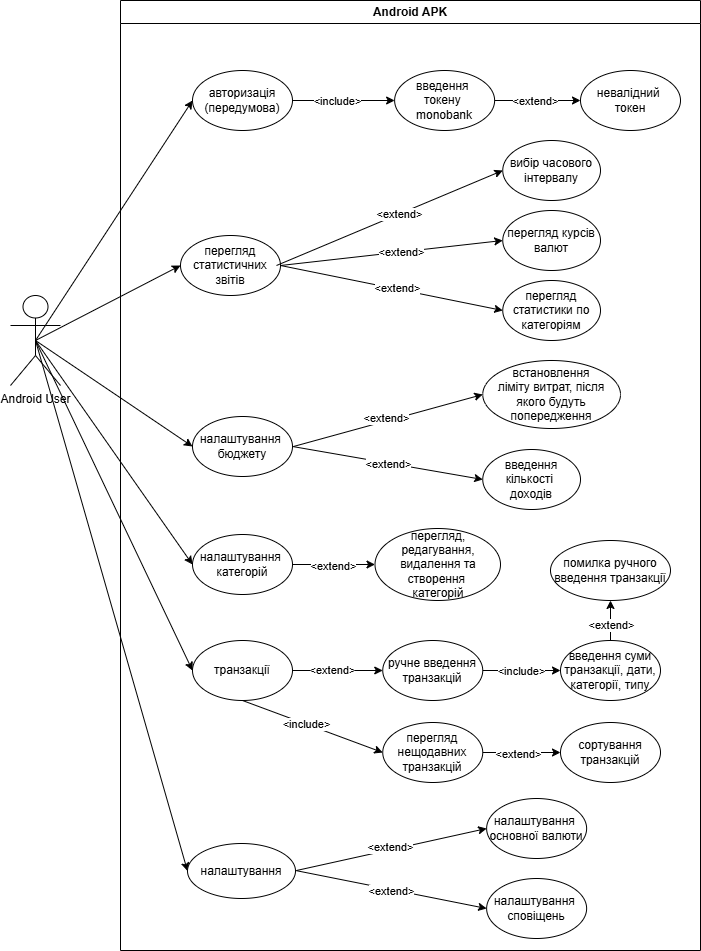
Before: diagrams/UML/use_cases_UML.drawio.png, a diagram exported from draw.io (deyme17/ExpensesTracker). Source tidied: cells renumbered, new cells last; positions are measured from the earlier drawing's top-left corner, leaving out a move shared by most shapes.
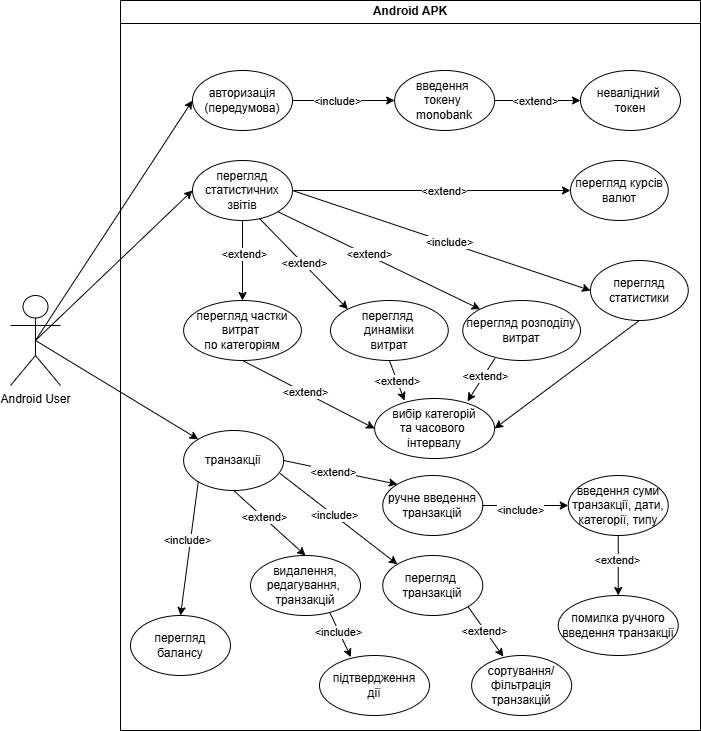
Later version of the same file.

What changed in the source:
```diff
@@ -5,3 +5,3 @@
     <mxCell id="2" value="Android APK" style="swimlane;whiteSpace=wrap;html=1;" parent="1" vertex="1">
-      <mxGeometry x="110" width="580" height="950" as="geometry" />
+      <mxGeometry x="110" width="580" height="730" as="geometry" />
     </mxCell>
@@ -11,26 +11,6 @@
     <mxCell id="4" value="перегляд статистичних звітів" style="ellipse;whiteSpace=wrap;html=1;" parent="2" vertex="1">
-      <mxGeometry x="60" y="235" width="100" height="60" as="geometry" />
+      <mxGeometry x="72" y="160" width="100" height="60" as="geometry" />
     </mxCell>
-    <mxCell id="5" value="налаштування&amp;nbsp;&lt;div&gt;бюджету&lt;/div&gt;" style="ellipse;whiteSpace=wrap;html=1;" parent="2" vertex="1">
-      <mxGeometry x="72" y="416" width="100" height="60" as="geometry" />
-    </mxCell>
-    <mxCell id="6" style="edgeStyle=orthogonalEdgeStyle;rounded=0;jettySize=auto;html=1;entryX=0;entryY=0.5;entryDx=0;entryDy=0;" parent="2" edge="1" source="8" target="19">
-      <mxGeometry relative="1" as="geometry" />
-    </mxCell>
-    <mxCell id="7" value="&amp;lt;extend&amp;gt;" style="edgeLabel;html=1;align=center;verticalAlign=middle;" parent="6" vertex="1">
-      <mxGeometry x="-0.03" y="-1" relative="1" as="geometry" />
-    </mxCell>
-    <mxCell id="8" value="налаштування&amp;nbsp;&lt;div&gt;категорій&lt;/div&gt;" style="ellipse;whiteSpace=wrap;html=1;" parent="2" vertex="1">
-      <mxGeometry x="72" y="534" width="100" height="60" as="geometry" />
-    </mxCell>
-    <mxCell id="9" style="edgeStyle=orthogonalEdgeStyle;rounded=0;jettySize=auto;html=1;entryX=0;entryY=0.5;entryDx=0;entryDy=0;" parent="2" edge="1" source="11" target="18">
-      <mxGeometry relative="1" as="geometry" />
-    </mxCell>
-    <mxCell id="10" value="&amp;lt;include&amp;gt;" style="edgeLabel;html=1;align=center;verticalAlign=middle;" parent="9" vertex="1">
-      <mxGeometry x="-0.11" relative="1" as="geometry">
-        <mxPoint x="3" as="offset" />
-      </mxGeometry>
-    </mxCell>
     <mxCell id="11" value="ручне введення&lt;div&gt;транзакцій&lt;/div&gt;" style="ellipse;whiteSpace=wrap;html=1;" parent="2" vertex="1">
-      <mxGeometry x="262.2" y="640" width="100" height="60" as="geometry" />
+      <mxGeometry x="262.2" y="475" width="100" height="60" as="geometry" />
     </mxCell>
@@ -45,43 +25,7 @@
     </mxCell>
-    <mxCell id="15" value="вибір часового інтервалу" style="ellipse;whiteSpace=wrap;html=1;" parent="2" vertex="1">
-      <mxGeometry x="382.2" y="140" width="97.8" height="60" as="geometry" />
-    </mxCell>
-    <mxCell id="16" style="edgeStyle=orthogonalEdgeStyle;rounded=0;jettySize=auto;html=1;entryX=0.5;entryY=1;entryDx=0;entryDy=0;" parent="2" edge="1" source="18" target="31">
-      <mxGeometry relative="1" as="geometry" />
-    </mxCell>
-    <mxCell id="17" value="&amp;lt;extend&amp;gt;" style="edgeLabel;html=1;align=center;verticalAlign=middle;" parent="16" vertex="1">
-      <mxGeometry x="-0.36" relative="1" as="geometry">
-        <mxPoint y="-3" as="offset" />
-      </mxGeometry>
-    </mxCell>
     <mxCell id="18" value="введення суми транзакції, дати, категорії, типу" style="ellipse;whiteSpace=wrap;html=1;" parent="2" vertex="1">
-      <mxGeometry x="440" y="640" width="100" height="60" as="geometry" />
+      <mxGeometry x="447.8" y="475" width="100" height="60" as="geometry" />
     </mxCell>
-    <mxCell id="19" value="перегляд, редагування, видалення та створення&amp;nbsp;&lt;div&gt;категорій&lt;/div&gt;" style="ellipse;whiteSpace=wrap;html=1;" parent="2" vertex="1">
-      <mxGeometry x="254.5" y="528" width="125.5" height="72" as="geometry" />
-    </mxCell>
-    <mxCell id="20" value="введення кількості&amp;nbsp;&lt;div&gt;доходів&lt;/div&gt;" style="ellipse;whiteSpace=wrap;html=1;" parent="2" vertex="1">
-      <mxGeometry x="362.2" y="449" width="97.8" height="60" as="geometry" />
-    </mxCell>
-    <mxCell id="21" value="встановлення&lt;br&gt;&lt;div&gt;ліміту витрат, після якого будуть попередження&lt;/div&gt;" style="ellipse;whiteSpace=wrap;html=1;" parent="2" vertex="1">
-      <mxGeometry x="362.2" y="360" width="137.8" height="68" as="geometry" />
-    </mxCell>
-    <mxCell id="22" style="endArrow=classic;html=1;rounded=0;exitX=1;exitY=0.5;exitDx=0;exitDy=0;entryX=0;entryY=0.5;entryDx=0;entryDy=0;" parent="2" edge="1" target="21">
-      <mxGeometry relative="1" as="geometry">
-        <mxPoint x="173" y="446" as="sourcePoint" />
-      </mxGeometry>
-    </mxCell>
-    <mxCell id="23" value="&amp;lt;extend&amp;gt;" style="edgeLabel;html=1;align=center;verticalAlign=middle;" parent="22" vertex="1">
-      <mxGeometry x="-0.11" y="1" relative="1" as="geometry">
-        <mxPoint x="9" y="-4" as="offset" />
-      </mxGeometry>
-    </mxCell>
-    <mxCell id="24" style="endArrow=classic;html=1;rounded=0;exitX=1;exitY=0.5;exitDx=0;exitDy=0;entryX=0;entryY=0.5;entryDx=0;entryDy=0;" parent="2" edge="1" source="5" target="20">
-      <mxGeometry relative="1" as="geometry" />
-    </mxCell>
-    <mxCell id="25" value="&amp;lt;extend&amp;gt;" style="edgeLabel;html=1;align=center;verticalAlign=middle;" parent="24" vertex="1">
-      <mxGeometry y="-1" relative="1" as="geometry" />
-    </mxCell>
-    <mxCell id="26" value="перегляд статистики по категоріям" style="ellipse;whiteSpace=wrap;html=1;" parent="2" vertex="1">
-      <mxGeometry x="382.2" y="280" width="97.8" height="60" as="geometry" />
+    <mxCell id="26" value="перегляд статистики" style="ellipse;whiteSpace=wrap;html=1;" parent="2" vertex="1">
+      <mxGeometry x="470" y="260" width="97.8" height="60" as="geometry" />
     </mxCell>
@@ -90,15 +34,7 @@
     </mxCell>
-    <mxCell id="28" value="&amp;lt;extend&amp;gt;" style="edgeLabel;html=1;align=center;verticalAlign=middle;" parent="27" vertex="1">
+    <mxCell id="28" value="&amp;lt;include&amp;gt;" style="edgeLabel;html=1;align=center;verticalAlign=middle;" parent="27" vertex="1">
       <mxGeometry x="0.05" y="1" relative="1" as="geometry" />
     </mxCell>
-    <mxCell id="29" style="endArrow=classic;html=1;rounded=0;entryX=0;entryY=0.5;entryDx=0;entryDy=0;" parent="2" edge="1" target="15">
-      <mxGeometry relative="1" as="geometry">
-        <mxPoint x="156" y="265" as="sourcePoint" />
-      </mxGeometry>
-    </mxCell>
-    <mxCell id="30" value="&amp;lt;extend&amp;gt;" style="edgeLabel;html=1;align=center;verticalAlign=middle;" parent="29" vertex="1">
-      <mxGeometry x="0.09" relative="1" as="geometry" />
-    </mxCell>
     <mxCell id="31" value="помилка ручного введення транзакції" style="ellipse;whiteSpace=wrap;html=1;" parent="2" vertex="1">
-      <mxGeometry x="430" y="540" width="120" height="60" as="geometry" />
+      <mxGeometry x="437.8" y="595" width="120" height="60" as="geometry" />
     </mxCell>
@@ -116,3 +52,3 @@
     <mxCell id="35" value="перегляд курсів валют" style="ellipse;whiteSpace=wrap;html=1;" parent="2" vertex="1">
-      <mxGeometry x="382.2" y="210" width="97.8" height="60" as="geometry" />
+      <mxGeometry x="450" y="160" width="97.8" height="60" as="geometry" />
     </mxCell>
@@ -124,21 +60,9 @@
     </mxCell>
-    <mxCell id="38" style="edgeStyle=orthogonalEdgeStyle;rounded=0;jettySize=auto;html=1;entryX=0;entryY=0.5;entryDx=0;entryDy=0;" parent="2" edge="1" source="40" target="11">
-      <mxGeometry relative="1" as="geometry" />
-    </mxCell>
-    <mxCell id="39" value="&amp;lt;extend&amp;gt;" style="edgeLabel;html=1;align=center;verticalAlign=middle;" parent="38" vertex="1">
-      <mxGeometry x="-0.13" y="1" relative="1" as="geometry" />
-    </mxCell>
     <mxCell id="40" value="транзакції" style="ellipse;whiteSpace=wrap;html=1;" parent="2" vertex="1">
-      <mxGeometry x="72" y="640" width="100" height="60" as="geometry" />
+      <mxGeometry x="63.1" y="430" width="100" height="60" as="geometry" />
     </mxCell>
-    <mxCell id="41" style="edgeStyle=orthogonalEdgeStyle;rounded=0;jettySize=auto;html=1;entryX=0;entryY=0.5;entryDx=0;entryDy=0;" parent="2" edge="1" source="43" target="46">
-      <mxGeometry relative="1" as="geometry" />
-    </mxCell>
-    <mxCell id="42" value="&amp;lt;extend&amp;gt;" style="edgeLabel;html=1;align=center;verticalAlign=middle;" parent="41" vertex="1">
-      <mxGeometry x="-0.1" y="-1" relative="1" as="geometry" />
-    </mxCell>
-    <mxCell id="43" value="перегляд нещодавних&lt;div&gt;транзакцій&lt;/div&gt;" style="ellipse;whiteSpace=wrap;html=1;" parent="2" vertex="1">
-      <mxGeometry x="262.2" y="722" width="100" height="60" as="geometry" />
+    <mxCell id="43" value="перегляд&amp;nbsp;&lt;div&gt;транзакцій&lt;/div&gt;" style="ellipse;whiteSpace=wrap;html=1;" parent="2" vertex="1">
+      <mxGeometry x="262.2" y="555" width="100" height="60" as="geometry" />
     </mxCell>
-    <mxCell id="44" style="endArrow=classic;html=1;rounded=0;exitX=0.5;exitY=1;exitDx=0;exitDy=0;entryX=0;entryY=0.5;entryDx=0;entryDy=0;" parent="2" edge="1" source="40" target="43">
+    <mxCell id="44" style="endArrow=classic;html=1;rounded=0;exitX=0.966;exitY=0.718;exitDx=0;exitDy=0;entryX=0;entryY=0;entryDx=0;entryDy=0;exitPerimeter=0;" parent="2" edge="1" source="40" target="43">
       <mxGeometry relative="1" as="geometry" />
@@ -148,5 +72,115 @@
     </mxCell>
-    <mxCell id="46" value="сортування&lt;div&gt;транзакцій&lt;/div&gt;" style="ellipse;whiteSpace=wrap;html=1;" parent="2" vertex="1">
-      <mxGeometry x="440" y="722" width="100" height="60" as="geometry" />
+    <mxCell id="46" value="сортування/&lt;div&gt;фільтрація&lt;br&gt;&lt;div&gt;транзакцій&lt;/div&gt;&lt;/div&gt;" style="ellipse;whiteSpace=wrap;html=1;" parent="2" vertex="1">
+      <mxGeometry x="351.1" y="655" width="100" height="60" as="geometry" />
     </mxCell>
+    <mxCell id="61" value="видалення, редагування,&amp;nbsp; транзакцій" style="ellipse;whiteSpace=wrap;html=1;" parent="2" vertex="1">
+      <mxGeometry x="130" y="555" width="110" height="60" as="geometry" />
+    </mxCell>
+    <mxCell id="62" style="endArrow=classic;html=1;rounded=0;exitX=0.5;exitY=1;exitDx=0;exitDy=0;entryX=0.5;entryY=0;entryDx=0;entryDy=0;" parent="2" edge="1" source="40" target="61">
+      <mxGeometry relative="1" as="geometry" />
+    </mxCell>
+    <mxCell id="63" value="&amp;lt;extend&amp;gt;" style="edgeLabel;html=1;align=center;verticalAlign=middle;" parent="62" vertex="1">
+      <mxGeometry x="-0.18" y="1" relative="1" as="geometry" />
+    </mxCell>
+    <mxCell id="38" style="endArrow=classic;html=1;rounded=0;exitX=1;exitY=0.5;exitDx=0;exitDy=0;entryX=0;entryY=0;entryDx=0;entryDy=0;" parent="2" edge="1" source="40" target="11">
+      <mxGeometry relative="1" as="geometry" />
+    </mxCell>
+    <mxCell id="64" value="&amp;lt;extend&amp;gt;" style="edgeLabel;html=1;align=center;verticalAlign=middle;" parent="38" vertex="1">
+      <mxGeometry x="-0.11" y="-1" relative="1" as="geometry">
+        <mxPoint x="-1" as="offset" />
+      </mxGeometry>
+    </mxCell>
+    <mxCell id="16" style="endArrow=classic;html=1;rounded=0;entryX=0.5;entryY=0;entryDx=0;entryDy=0;exitX=0.5;exitY=1;exitDx=0;exitDy=0;" parent="2" edge="1" source="18" target="31">
+      <mxGeometry relative="1" as="geometry" />
+    </mxCell>
+    <mxCell id="65" value="&amp;lt;extend&amp;gt;" style="edgeLabel;html=1;align=center;verticalAlign=middle;" parent="16" vertex="1">
+      <mxGeometry x="-0.18" y="-1" relative="1" as="geometry" />
+    </mxCell>
+    <mxCell id="41" style="endArrow=classic;html=1;rounded=0;exitX=1;exitY=1;exitDx=0;exitDy=0;entryX=0.317;entryY=0.019;entryDx=0;entryDy=0;entryPerimeter=0;" parent="2" edge="1" source="43" target="46">
+      <mxGeometry relative="1" as="geometry" />
+    </mxCell>
+    <mxCell id="66" value="&amp;lt;extend&amp;gt;" style="edgeLabel;html=1;align=center;verticalAlign=middle;" parent="41" vertex="1">
+      <mxGeometry x="-0.09" y="-1" relative="1" as="geometry" />
+    </mxCell>
+    <mxCell id="9" style="endArrow=classic;html=1;rounded=0;exitX=1;exitY=0.5;exitDx=0;exitDy=0;entryX=0;entryY=0.5;entryDx=0;entryDy=0;" parent="2" edge="1" source="11" target="18">
+      <mxGeometry relative="1" as="geometry" />
+    </mxCell>
+    <mxCell id="67" value="&amp;lt;include&amp;gt;" style="edgeLabel;html=1;align=center;verticalAlign=middle;" parent="9" vertex="1">
+      <mxGeometry x="-0.3" y="-2" relative="1" as="geometry">
+        <mxPoint x="7" y="2" as="offset" />
+      </mxGeometry>
+    </mxCell>
+    <mxCell id="68" value="перегляд балансу" style="ellipse;whiteSpace=wrap;html=1;" parent="2" vertex="1">
+      <mxGeometry x="10" y="615" width="100" height="60" as="geometry" />
+    </mxCell>
+    <mxCell id="69" style="endArrow=classic;html=1;rounded=0;entryX=0.5;entryY=0;entryDx=0;entryDy=0;exitX=0;exitY=1;exitDx=0;exitDy=0;" parent="2" edge="1" source="40" target="68">
+      <mxGeometry relative="1" as="geometry" />
+    </mxCell>
+    <mxCell id="70" value="&amp;lt;include&amp;gt;" style="edgeLabel;html=1;align=center;verticalAlign=middle;" parent="69" vertex="1">
+      <mxGeometry x="-0.13" relative="1" as="geometry">
+        <mxPoint x="-4" as="offset" />
+      </mxGeometry>
+    </mxCell>
+    <mxCell id="71" value="перегляд розподілу витрат" style="ellipse;whiteSpace=wrap;html=1;" parent="2" vertex="1">
+      <mxGeometry x="342.2" y="300" width="117.8" height="60" as="geometry" />
+    </mxCell>
+    <mxCell id="72" style="endArrow=classic;html=1;rounded=0;exitX=1;exitY=1;exitDx=0;exitDy=0;entryX=0;entryY=0;entryDx=0;entryDy=0;" parent="2" edge="1" source="4" target="71">
+      <mxGeometry relative="1" as="geometry" />
+    </mxCell>
+    <mxCell id="73" value="&amp;lt;extend&amp;gt;" style="edgeLabel;html=1;align=center;verticalAlign=middle;" parent="72" vertex="1">
+      <mxGeometry x="-0.12" y="1" relative="1" as="geometry" />
+    </mxCell>
+    <mxCell id="74" value="перегляд частки витрат&amp;nbsp;&lt;div&gt;по категоріям&lt;/div&gt;" style="ellipse;whiteSpace=wrap;html=1;" parent="2" vertex="1">
+      <mxGeometry x="63.1" y="300" width="117.8" height="60" as="geometry" />
+    </mxCell>
+    <mxCell id="75" value="перегляд&amp;nbsp;&lt;div&gt;динаміки&lt;/div&gt;&lt;div&gt;витрат&lt;/div&gt;" style="ellipse;whiteSpace=wrap;html=1;" parent="2" vertex="1">
+      <mxGeometry x="210" y="300" width="117.8" height="60" as="geometry" />
+    </mxCell>
+    <mxCell id="76" style="endArrow=classic;html=1;rounded=0;exitX=0.5;exitY=1;exitDx=0;exitDy=0;entryX=0.5;entryY=0;entryDx=0;entryDy=0;" parent="2" edge="1" source="4" target="74">
+      <mxGeometry relative="1" as="geometry" />
+    </mxCell>
+    <mxCell id="77" value="&amp;lt;extend&amp;gt;" style="edgeLabel;html=1;align=center;verticalAlign=middle;" parent="76" vertex="1">
+      <mxGeometry x="-0.18" y="1" relative="1" as="geometry" />
+    </mxCell>
+    <mxCell id="78" style="endArrow=classic;html=1;rounded=0;entryX=0;entryY=0;entryDx=0;entryDy=0;" parent="2" edge="1" target="75">
+      <mxGeometry relative="1" as="geometry">
+        <mxPoint x="139" y="218" as="sourcePoint" />
+      </mxGeometry>
+    </mxCell>
+    <mxCell id="79" value="&amp;lt;extend&amp;gt;" style="edgeLabel;html=1;align=center;verticalAlign=middle;" parent="78" vertex="1">
+      <mxGeometry x="-0.01" y="1" relative="1" as="geometry" />
+    </mxCell>
+    <mxCell id="80" value="вибір категорій&lt;div&gt;та часового&amp;nbsp;&lt;/div&gt;&lt;div&gt;інтервалу&lt;/div&gt;" style="ellipse;whiteSpace=wrap;html=1;" parent="2" vertex="1">
+      <mxGeometry x="254.1" y="398" width="120" height="60" as="geometry" />
+    </mxCell>
+    <mxCell id="81" style="endArrow=classic;html=1;rounded=0;exitX=0.5;exitY=1;exitDx=0;exitDy=0;entryX=0.249;entryY=0.035;entryDx=0;entryDy=0;entryPerimeter=0;" parent="2" edge="1" source="75" target="80">
+      <mxGeometry relative="1" as="geometry" />
+    </mxCell>
+    <mxCell id="82" value="&amp;lt;extend&amp;gt;" style="edgeLabel;html=1;align=center;verticalAlign=middle;" parent="81" vertex="1">
+      <mxGeometry x="0.01" relative="1" as="geometry" />
+    </mxCell>
+    <mxCell id="83" style="endArrow=classic;html=1;rounded=0;exitX=0.273;exitY=0.965;exitDx=0;exitDy=0;entryX=0.774;entryY=0.047;entryDx=0;entryDy=0;exitPerimeter=0;entryPerimeter=0;" parent="2" edge="1" source="71" target="80">
+      <mxGeometry relative="1" as="geometry" />
+    </mxCell>
+    <mxCell id="84" value="&amp;lt;extend&amp;gt;" style="edgeLabel;html=1;align=center;verticalAlign=middle;" parent="83" vertex="1">
+      <mxGeometry x="-0.2" y="1" relative="1" as="geometry" />
+    </mxCell>
+    <mxCell id="85" style="endArrow=classic;html=1;rounded=0;exitX=0.5;exitY=1;exitDx=0;exitDy=0;entryX=0;entryY=0.5;entryDx=0;entryDy=0;" parent="2" edge="1" source="74" target="80">
+      <mxGeometry relative="1" as="geometry" />
+    </mxCell>
+    <mxCell id="86" value="&amp;lt;extend&amp;gt;" style="edgeLabel;html=1;align=center;verticalAlign=middle;" parent="85" vertex="1">
+      <mxGeometry x="-0.06" y="1" relative="1" as="geometry" />
+    </mxCell>
+    <mxCell id="87" style="endArrow=classic;html=1;rounded=0;entryX=1;entryY=0.5;entryDx=0;entryDy=0;exitX=0.5;exitY=1;exitDx=0;exitDy=0;" parent="2" edge="1" source="26" target="80">
+      <mxGeometry relative="1" as="geometry" />
+    </mxCell>
+    <mxCell id="88" value="підтвердження&lt;div&gt;дії&lt;/div&gt;" style="ellipse;whiteSpace=wrap;html=1;" parent="2" vertex="1">
+      <mxGeometry x="199" y="655" width="110" height="60" as="geometry" />
+    </mxCell>
+    <mxCell id="89" style="endArrow=classic;html=1;rounded=0;exitX=0.72;exitY=0.948;exitDx=0;exitDy=0;exitPerimeter=0;entryX=0.286;entryY=0.028;entryDx=0;entryDy=0;entryPerimeter=0;" parent="2" edge="1" source="61" target="88">
+      <mxGeometry relative="1" as="geometry" />
+    </mxCell>
+    <mxCell id="90" value="&amp;lt;include&amp;gt;" style="edgeLabel;html=1;align=center;verticalAlign=middle;" parent="89" vertex="1">
+      <mxGeometry x="-0.12" y="-1" relative="1" as="geometry" />
+    </mxCell>
     <mxCell id="47" value="Android User" style="shape=umlActor;verticalLabelPosition=bottom;verticalAlign=top;html=1;outlineConnect=0;" parent="1" vertex="1">
@@ -160,41 +194,5 @@
     </mxCell>
-    <mxCell id="50" style="endArrow=classic;html=1;rounded=0;exitX=0.5;exitY=0.5;exitDx=0;exitDy=0;exitPerimeter=0;entryX=0;entryY=0.5;entryDx=0;entryDy=0;" parent="1" edge="1" source="47" target="5">
-      <mxGeometry relative="1" as="geometry" />
-    </mxCell>
-    <mxCell id="51" style="endArrow=classic;html=1;rounded=0;exitX=0.5;exitY=0.5;exitDx=0;exitDy=0;exitPerimeter=0;entryX=0;entryY=0.5;entryDx=0;entryDy=0;" parent="1" edge="1" source="47" target="8">
-      <mxGeometry relative="1" as="geometry" />
-    </mxCell>
-    <mxCell id="52" style="endArrow=classic;html=1;rounded=0;exitX=0.5;exitY=0.5;exitDx=0;exitDy=0;exitPerimeter=0;entryX=0;entryY=0.5;entryDx=0;entryDy=0;" parent="1" edge="1" source="47" target="40">
+    <mxCell id="52" style="endArrow=classic;html=1;rounded=0;exitX=0.5;exitY=0.5;exitDx=0;exitDy=0;exitPerimeter=0;entryX=0;entryY=0;entryDx=0;entryDy=0;" parent="1" edge="1" source="47" target="40">
       <mxGeometry relative="1" as="geometry" />
     </mxCell>
-    <mxCell id="53" style="endArrow=classic;html=1;rounded=0;exitX=0.5;exitY=0.5;exitDx=0;exitDy=0;exitPerimeter=0;entryX=0;entryY=0.5;entryDx=0;entryDy=0;" parent="1" edge="1" source="47" target="54">
-      <mxGeometry relative="1" as="geometry" />
-    </mxCell>
-    <mxCell id="54" value="налаштування" style="ellipse;whiteSpace=wrap;html=1;" parent="1" vertex="1">
-      <mxGeometry x="177" y="843" width="108" height="55" as="geometry" />
-    </mxCell>
-    <mxCell id="55" style="endArrow=classic;html=1;rounded=0;exitX=1;exitY=0.5;exitDx=0;exitDy=0;entryX=0;entryY=0.5;entryDx=0;entryDy=0;" parent="1" edge="1" target="59">
-      <mxGeometry relative="1" as="geometry">
-        <mxPoint x="286" y="870" as="sourcePoint" />
-      </mxGeometry>
-    </mxCell>
-    <mxCell id="56" value="&amp;lt;extend&amp;gt;" style="edgeLabel;html=1;align=center;verticalAlign=middle;" parent="55" vertex="1">
-      <mxGeometry x="-0.11" y="1" relative="1" as="geometry">
-        <mxPoint x="9" y="-4" as="offset" />
-      </mxGeometry>
-    </mxCell>
-    <mxCell id="57" style="endArrow=classic;html=1;rounded=0;exitX=1;exitY=0.5;exitDx=0;exitDy=0;entryX=0;entryY=0.5;entryDx=0;entryDy=0;" parent="1" edge="1" target="60">
-      <mxGeometry relative="1" as="geometry">
-        <mxPoint x="285" y="870" as="sourcePoint" />
-      </mxGeometry>
-    </mxCell>
-    <mxCell id="58" value="&amp;lt;extend&amp;gt;" style="edgeLabel;html=1;align=center;verticalAlign=middle;" parent="57" vertex="1">
-      <mxGeometry y="-1" relative="1" as="geometry" />
-    </mxCell>
-    <mxCell id="59" value="налаштування&amp;nbsp;&lt;div&gt;основної валюти&lt;/div&gt;" style="ellipse;whiteSpace=wrap;html=1;" parent="1" vertex="1">
-      <mxGeometry x="476.1" y="798" width="100" height="60" as="geometry" />
-    </mxCell>
-    <mxCell id="60" value="налаштування&amp;nbsp;&lt;div&gt;сповіщень&lt;/div&gt;" style="ellipse;whiteSpace=wrap;html=1;" parent="1" vertex="1">
-      <mxGeometry x="476.1" y="878" width="100" height="60" as="geometry" />
-    </mxCell>
   </root>
```
